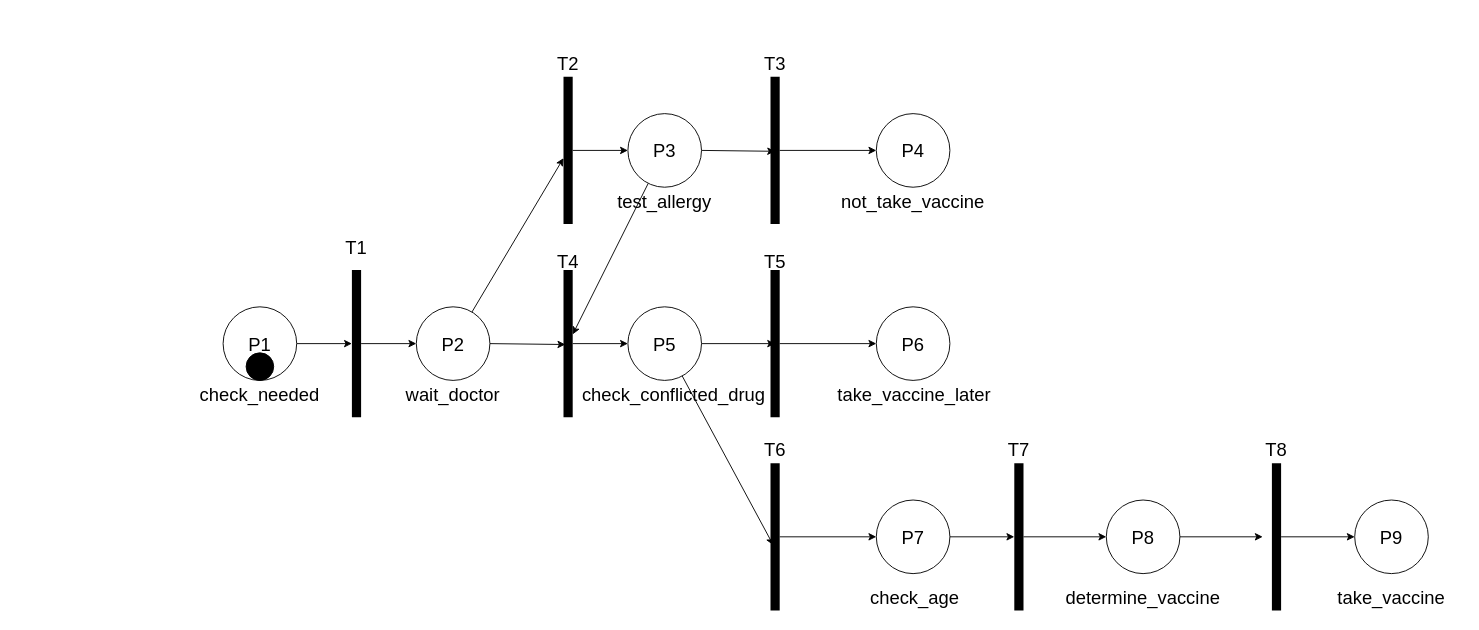
The draw.io diagram 3100asmt3Q1.2.drawio in wkng0/heyy, before the edit. Source tidied: cells renumbered, new cells numbered last; positions are measured from the earlier drawing's top-left corner, leaving out a move shared by most shapes. Both pictures are drawn from the tidied source at 92%, with x=0, y=0 at pixel (190, 49).
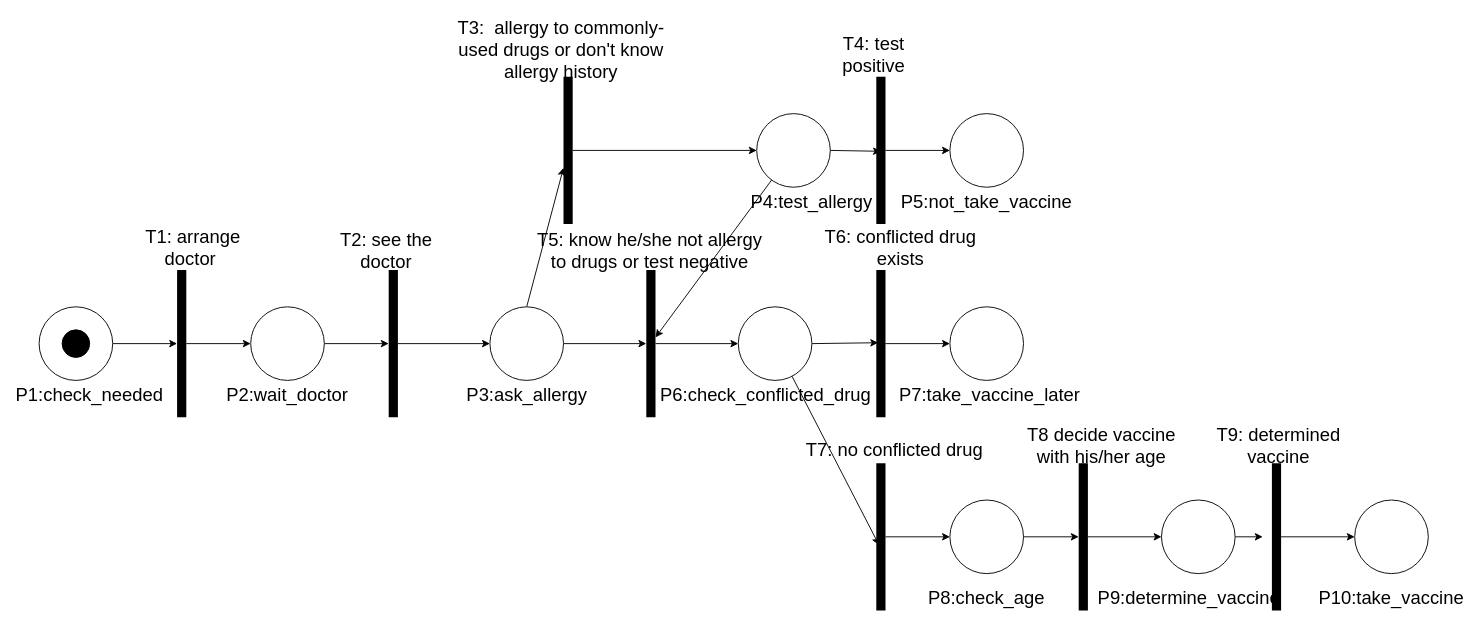
After the change.

Unchanged cells that the change refers to:
```xml
<mxCell id="13" style="line;strokeWidth=10;direction=south;html=1;fontSize=20;" parent="1" vertex="1">
  <mxGeometry x="405" y="30" width="10" height="160" as="geometry" />
</mxCell>
```

What changed in the source:
```diff
@@
-    <mxCell id="3" value="&lt;font style=&quot;font-size: 20px&quot;&gt;P1&lt;/font&gt;" style="ellipse;whiteSpace=wrap;html=1;" parent="1" vertex="1">
-      <mxGeometry x="35" y="280" width="80" height="80" as="geometry" />
+    <mxCell id="3" style="ellipse;whiteSpace=wrap;html=1;" parent="1" vertex="1">
+      <mxGeometry x="-165" y="280" width="80" height="80" as="geometry" />
     </mxCell>
-    <mxCell id="4" value="check_needed" style="text;html=1;strokeColor=none;fillColor=none;align=center;verticalAlign=middle;whiteSpace=wrap;rounded=0;fontSize=20;" parent="1" vertex="1">
-      <mxGeometry y="360" width="150" height="30" as="geometry" />
+    <mxCell id="4" value="P1:check_needed" style="text;html=1;strokeColor=none;fillColor=none;align=center;verticalAlign=middle;whiteSpace=wrap;rounded=0;fontSize=20;" parent="1" vertex="1">
+      <mxGeometry x="-185" y="360" width="150" height="30" as="geometry" />
     </mxCell>
@@
     <mxCell id="6" style="line;strokeWidth=10;direction=south;html=1;fontSize=20;" parent="1" vertex="1">
-      <mxGeometry x="175" y="240" width="10" height="160" as="geometry" />
+      <mxGeometry x="-15" y="240" width="10" height="160" as="geometry" />
     </mxCell>
-    <mxCell id="7" value="T1" style="text;html=1;strokeColor=none;fillColor=none;align=center;verticalAlign=middle;whiteSpace=wrap;rounded=0;fontSize=20;" parent="1" vertex="1">
-      <mxGeometry x="150" y="200" width="60" height="30" as="geometry" />
+    <mxCell id="7" value="T1: arrange doctor&amp;nbsp;" style="text;html=1;strokeColor=none;fillColor=none;align=center;verticalAlign=middle;whiteSpace=wrap;rounded=0;fontSize=20;" parent="1" vertex="1">
+      <mxGeometry x="-55" y="200" width="115" height="30" as="geometry" />
     </mxCell>
-    <mxCell id="8" style="rounded=0;jettySize=auto;html=1;fontSize=20;" parent="1" edge="1" source="10" target="13">
-      <mxGeometry relative="1" as="geometry" />
-    </mxCell>
-    <mxCell id="9" style="edgeStyle=none;rounded=0;jettySize=auto;html=1;fontSize=20;entryX=0.506;entryY=0.8;entryDx=0;entryDy=0;entryPerimeter=0;" parent="1" edge="1" source="10" target="25">
-      <mxGeometry relative="1" as="geometry" />
-    </mxCell>
+    <mxCell id="54" style="edgeStyle=none;rounded=0;jettySize=auto;html=1;fontSize=20;" parent="1" edge="1" source="10" target="61">
+      <mxGeometry relative="1" as="geometry" />
+    </mxCell>
-    <mxCell id="10" value="P2" style="ellipse;whiteSpace=wrap;html=1;fontSize=20;strokeWidth=1;" parent="1" vertex="1">
-      <mxGeometry x="245" y="280" width="80" height="80" as="geometry" />
+    <mxCell id="10" style="ellipse;whiteSpace=wrap;html=1;fontSize=20;strokeWidth=1;" parent="1" vertex="1">
+      <mxGeometry x="65" y="280" width="80" height="80" as="geometry" />
     </mxCell>
-    <mxCell id="11" value="wait_doctor" style="text;html=1;strokeColor=none;fillColor=none;align=center;verticalAlign=middle;whiteSpace=wrap;rounded=0;fontSize=20;" parent="1" vertex="1">
-      <mxGeometry x="225" y="360" width="120" height="30" as="geometry" />
+    <mxCell id="11" value="P2:wait_doctor" style="text;html=1;strokeColor=none;fillColor=none;align=center;verticalAlign=middle;whiteSpace=wrap;rounded=0;fontSize=20;" parent="1" vertex="1">
+      <mxGeometry x="45" y="360" width="120" height="30" as="geometry" />
     </mxCell>
@@
-    <mxCell id="14" value="T2" style="text;html=1;strokeColor=none;fillColor=none;align=center;verticalAlign=middle;whiteSpace=wrap;rounded=0;fontSize=20;" parent="1" vertex="1">
-      <mxGeometry x="380" width="60" height="30" as="geometry" />
+    <mxCell id="14" value="T3: &amp;nbsp;allergy to commonly-used drugs or don't know allergy history" style="text;html=1;strokeColor=none;fillColor=none;align=center;verticalAlign=middle;whiteSpace=wrap;rounded=0;fontSize=20;" parent="1" vertex="1">
+      <mxGeometry x="280" y="-20" width="245" height="40" as="geometry" />
     </mxCell>
@@
-    <mxCell id="17" value="P3" style="ellipse;whiteSpace=wrap;html=1;fontSize=20;strokeWidth=1;" parent="1" vertex="1">
-      <mxGeometry x="475" y="70" width="80" height="80" as="geometry" />
+    <mxCell id="17" style="ellipse;whiteSpace=wrap;html=1;fontSize=20;strokeWidth=1;" parent="1" vertex="1">
+      <mxGeometry x="615" y="70" width="80" height="80" as="geometry" />
     </mxCell>
-    <mxCell id="18" value="test_allergy" style="text;html=1;strokeColor=none;fillColor=none;align=center;verticalAlign=middle;whiteSpace=wrap;rounded=0;fontSize=20;" parent="1" vertex="1">
-      <mxGeometry x="455" y="150" width="120" height="30" as="geometry" />
+    <mxCell id="18" value="P4:test_allergy" style="text;html=1;strokeColor=none;fillColor=none;align=center;verticalAlign=middle;whiteSpace=wrap;rounded=0;fontSize=20;" parent="1" vertex="1">
+      <mxGeometry x="615" y="150" width="120" height="30" as="geometry" />
     </mxCell>
@@
     <mxCell id="20" style="line;strokeWidth=10;direction=south;html=1;fontSize=20;" parent="1" vertex="1">
-      <mxGeometry x="630" y="30" width="10" height="160" as="geometry" />
+      <mxGeometry x="745" y="30" width="10" height="160" as="geometry" />
     </mxCell>
-    <mxCell id="21" value="P4" style="ellipse;whiteSpace=wrap;html=1;fontSize=20;strokeWidth=1;" parent="1" vertex="1">
-      <mxGeometry x="745" y="70" width="80" height="80" as="geometry" />
+    <mxCell id="21" style="ellipse;whiteSpace=wrap;html=1;fontSize=20;strokeWidth=1;" parent="1" vertex="1">
+      <mxGeometry x="825" y="70" width="80" height="80" as="geometry" />
     </mxCell>
-    <mxCell id="22" value="not_take_vaccine" style="text;html=1;strokeColor=none;fillColor=none;align=center;verticalAlign=middle;whiteSpace=wrap;rounded=0;fontSize=20;" parent="1" vertex="1">
-      <mxGeometry x="700" y="150" width="170" height="30" as="geometry" />
+    <mxCell id="22" value="P5:not_take_vaccine" style="text;html=1;strokeColor=none;fillColor=none;align=center;verticalAlign=middle;whiteSpace=wrap;rounded=0;fontSize=20;" parent="1" vertex="1">
+      <mxGeometry x="780" y="150" width="170" height="30" as="geometry" />
     </mxCell>
-    <mxCell id="23" value="T3" style="text;html=1;strokeColor=none;fillColor=none;align=center;verticalAlign=middle;whiteSpace=wrap;rounded=0;fontSize=20;" parent="1" vertex="1">
-      <mxGeometry x="605" width="60" height="30" as="geometry" />
+    <mxCell id="23" value="T4: test positive" style="text;html=1;strokeColor=none;fillColor=none;align=center;verticalAlign=middle;whiteSpace=wrap;rounded=0;fontSize=20;" parent="1" vertex="1">
+      <mxGeometry x="685" y="-10" width="115" height="30" as="geometry" />
     </mxCell>
@@
     <mxCell id="25" style="line;strokeWidth=10;direction=south;html=1;fontSize=20;" parent="1" vertex="1">
-      <mxGeometry x="405" y="240" width="10" height="160" as="geometry" />
+      <mxGeometry x="495" y="240" width="10" height="160" as="geometry" />
     </mxCell>
-    <mxCell id="26" value="T4" style="text;html=1;strokeColor=none;fillColor=none;align=center;verticalAlign=middle;whiteSpace=wrap;rounded=0;fontSize=20;" parent="1" vertex="1">
-      <mxGeometry x="380" y="215" width="60" height="30" as="geometry" />
+    <mxCell id="26" value="T5: know he/she not allergy to drugs or test negative" style="text;html=1;strokeColor=none;fillColor=none;align=center;verticalAlign=middle;whiteSpace=wrap;rounded=0;fontSize=20;" parent="1" vertex="1">
+      <mxGeometry x="369" y="190" width="260" height="55" as="geometry" />
     </mxCell>
-    <mxCell id="27" style="edgeStyle=none;rounded=0;jettySize=auto;html=1;fontSize=20;" parent="1" edge="1" source="29">
-      <mxGeometry relative="1" as="geometry">
-        <mxPoint x="635" y="320" as="targetPoint" />
-      </mxGeometry>
+    <mxCell id="27" style="edgeStyle=none;rounded=0;jettySize=auto;html=1;fontSize=20;entryX=0.494;entryY=0.8;entryDx=0;entryDy=0;entryPerimeter=0;" parent="1" edge="1" source="29" target="32">
+      <mxGeometry relative="1" as="geometry" />
     </mxCell>
@@
-    <mxCell id="29" value="P5" style="ellipse;whiteSpace=wrap;html=1;fontSize=20;strokeWidth=1;" parent="1" vertex="1">
-      <mxGeometry x="475" y="280" width="80" height="80" as="geometry" />
+    <mxCell id="29" style="ellipse;whiteSpace=wrap;html=1;fontSize=20;strokeWidth=1;" parent="1" vertex="1">
+      <mxGeometry x="595" y="280" width="80" height="80" as="geometry" />
     </mxCell>
-    <mxCell id="30" value="check_conflicted_drug" style="text;html=1;strokeColor=none;fillColor=none;align=center;verticalAlign=middle;whiteSpace=wrap;rounded=0;fontSize=20;" parent="1" vertex="1">
-      <mxGeometry x="425" y="360" width="200" height="30" as="geometry" />
+    <mxCell id="30" value="P6:check_conflicted_drug" style="text;html=1;strokeColor=none;fillColor=none;align=center;verticalAlign=middle;whiteSpace=wrap;rounded=0;fontSize=20;" parent="1" vertex="1">
+      <mxGeometry x="525" y="360" width="200" height="30" as="geometry" />
     </mxCell>
@@
     <mxCell id="32" style="line;strokeWidth=10;direction=south;html=1;fontSize=20;" parent="1" vertex="1">
-      <mxGeometry x="630" y="240" width="10" height="160" as="geometry" />
+      <mxGeometry x="745" y="240" width="10" height="160" as="geometry" />
     </mxCell>
-    <mxCell id="33" value="T5" style="text;html=1;strokeColor=none;fillColor=none;align=center;verticalAlign=middle;whiteSpace=wrap;rounded=0;fontSize=20;" parent="1" vertex="1">
-      <mxGeometry x="605" y="215" width="60" height="30" as="geometry" />
+    <mxCell id="33" value="T6: conflicted drug exists" style="text;html=1;strokeColor=none;fillColor=none;align=center;verticalAlign=middle;whiteSpace=wrap;rounded=0;fontSize=20;" parent="1" vertex="1">
+      <mxGeometry x="685" y="200" width="172.5" height="30" as="geometry" />
     </mxCell>
-    <mxCell id="34" value="P6" style="ellipse;whiteSpace=wrap;html=1;fontSize=20;strokeWidth=1;" parent="1" vertex="1">
-      <mxGeometry x="745" y="280" width="80" height="80" as="geometry" />
+    <mxCell id="34" style="ellipse;whiteSpace=wrap;html=1;fontSize=20;strokeWidth=1;" parent="1" vertex="1">
+      <mxGeometry x="825" y="280" width="80" height="80" as="geometry" />
     </mxCell>
-    <mxCell id="35" value="take_vaccine_later" style="text;html=1;strokeColor=none;fillColor=none;align=center;verticalAlign=middle;whiteSpace=wrap;rounded=0;fontSize=20;" parent="1" vertex="1">
-      <mxGeometry x="700" y="360" width="173" height="30" as="geometry" />
+    <mxCell id="35" value="P7:take_vaccine_later" style="text;html=1;strokeColor=none;fillColor=none;align=center;verticalAlign=middle;whiteSpace=wrap;rounded=0;fontSize=20;" parent="1" vertex="1">
+      <mxGeometry x="782" y="360" width="173" height="30" as="geometry" />
     </mxCell>
@@
     <mxCell id="37" style="line;strokeWidth=10;direction=south;html=1;fontSize=20;" parent="1" vertex="1">
-      <mxGeometry x="630" y="450" width="10" height="160" as="geometry" />
+      <mxGeometry x="745" y="450" width="10" height="160" as="geometry" />
     </mxCell>
-    <mxCell id="38" value="T6" style="text;html=1;strokeColor=none;fillColor=none;align=center;verticalAlign=middle;whiteSpace=wrap;rounded=0;fontSize=20;" parent="1" vertex="1">
-      <mxGeometry x="605" y="420" width="60" height="30" as="geometry" />
+    <mxCell id="38" value="T7: no conflicted drug" style="text;html=1;strokeColor=none;fillColor=none;align=center;verticalAlign=middle;whiteSpace=wrap;rounded=0;fontSize=20;" parent="1" vertex="1">
+      <mxGeometry x="660" y="420" width="210" height="30" as="geometry" />
     </mxCell>
@@
-    <mxCell id="40" value="P7" style="ellipse;whiteSpace=wrap;html=1;fontSize=20;strokeWidth=1;" parent="1" vertex="1">
-      <mxGeometry x="745" y="490" width="80" height="80" as="geometry" />
+    <mxCell id="40" style="ellipse;whiteSpace=wrap;html=1;fontSize=20;strokeWidth=1;" parent="1" vertex="1">
+      <mxGeometry x="825" y="490" width="80" height="80" as="geometry" />
     </mxCell>
-    <mxCell id="41" value="check_age" style="text;html=1;strokeColor=none;fillColor=none;align=center;verticalAlign=middle;whiteSpace=wrap;rounded=0;fontSize=20;" parent="1" vertex="1">
-      <mxGeometry x="736.5" y="580" width="100" height="30" as="geometry" />
+    <mxCell id="41" value="P8:check_age" style="text;html=1;strokeColor=none;fillColor=none;align=center;verticalAlign=middle;whiteSpace=wrap;rounded=0;fontSize=20;" parent="1" vertex="1">
+      <mxGeometry x="815" y="580" width="100" height="30" as="geometry" />
     </mxCell>
@@
     <mxCell id="43" style="line;strokeWidth=10;direction=south;html=1;fontSize=20;" parent="1" vertex="1">
-      <mxGeometry x="895" y="450" width="10" height="160" as="geometry" />
+      <mxGeometry x="965" y="450" width="10" height="160" as="geometry" />
     </mxCell>
-    <mxCell id="44" value="T7" style="text;html=1;strokeColor=none;fillColor=none;align=center;verticalAlign=middle;whiteSpace=wrap;rounded=0;fontSize=20;" parent="1" vertex="1">
-      <mxGeometry x="870" y="420" width="60" height="30" as="geometry" />
+    <mxCell id="44" value="T8 decide vaccine with his/her age" style="text;html=1;strokeColor=none;fillColor=none;align=center;verticalAlign=middle;whiteSpace=wrap;rounded=0;fontSize=20;" parent="1" vertex="1">
+      <mxGeometry x="905" y="420" width="170" height="20" as="geometry" />
     </mxCell>
@@
-    <mxCell id="46" value="P8" style="ellipse;whiteSpace=wrap;html=1;fontSize=20;strokeWidth=1;" parent="1" vertex="1">
-      <mxGeometry x="995" y="490" width="80" height="80" as="geometry" />
+    <mxCell id="46" style="ellipse;whiteSpace=wrap;html=1;fontSize=20;strokeWidth=1;" parent="1" vertex="1">
+      <mxGeometry x="1055" y="490" width="80" height="80" as="geometry" />
     </mxCell>
-    <mxCell id="47" value="determine_vaccine" style="text;html=1;strokeColor=none;fillColor=none;align=center;verticalAlign=middle;whiteSpace=wrap;rounded=0;fontSize=20;" parent="1" vertex="1">
-      <mxGeometry x="945" y="580" width="180" height="30" as="geometry" />
+    <mxCell id="47" value="P9:determine_vaccine" style="text;html=1;strokeColor=none;fillColor=none;align=center;verticalAlign=middle;whiteSpace=wrap;rounded=0;fontSize=20;" parent="1" vertex="1">
+      <mxGeometry x="995" y="580" width="180" height="30" as="geometry" />
     </mxCell>
@@
-    <mxCell id="50" value="T8" style="text;html=1;strokeColor=none;fillColor=none;align=center;verticalAlign=middle;whiteSpace=wrap;rounded=0;fontSize=20;" parent="1" vertex="1">
-      <mxGeometry x="1150" y="420" width="60" height="30" as="geometry" />
+    <mxCell id="50" value="T9: determined vaccine" style="text;html=1;strokeColor=none;fillColor=none;align=center;verticalAlign=middle;whiteSpace=wrap;rounded=0;fontSize=20;" parent="1" vertex="1">
+      <mxGeometry x="1100" y="415" width="165" height="30" as="geometry" />
     </mxCell>
-    <mxCell id="51" value="P9" style="ellipse;whiteSpace=wrap;html=1;fontSize=20;strokeWidth=1;" parent="1" vertex="1">
+    <mxCell id="51" style="ellipse;whiteSpace=wrap;html=1;fontSize=20;strokeWidth=1;" parent="1" vertex="1">
       <mxGeometry x="1265" y="490" width="80" height="80" as="geometry" />
     </mxCell>
-    <mxCell id="52" value="take_vaccine" style="text;html=1;strokeColor=none;fillColor=none;align=center;verticalAlign=middle;whiteSpace=wrap;rounded=0;fontSize=20;" parent="1" vertex="1">
+    <mxCell id="52" value="P10:take_vaccine" style="text;html=1;strokeColor=none;fillColor=none;align=center;verticalAlign=middle;whiteSpace=wrap;rounded=0;fontSize=20;" parent="1" vertex="1">
       <mxGeometry x="1245" y="580" width="120" height="30" as="geometry" />
     </mxCell>
     <mxCell id="53" style="ellipse;whiteSpace=wrap;html=1;fontSize=20;strokeWidth=1;fillColor=#000000;" parent="1" vertex="1">
-      <mxGeometry x="60" y="330" width="30" height="30" as="geometry" />
+      <mxGeometry x="-140" y="305" width="30" height="30" as="geometry" />
     </mxCell>
+    <mxCell id="55" style="edgeStyle=none;rounded=0;jettySize=auto;html=1;exitX=0.5;exitY=0;exitDx=0;exitDy=0;fontSize=20;" parent="1" edge="1" source="57" target="13">
+      <mxGeometry relative="1" as="geometry" />
+    </mxCell>
+    <mxCell id="56" style="edgeStyle=none;rounded=0;jettySize=auto;html=1;fontSize=20;" parent="1" edge="1" source="57" target="25">
+      <mxGeometry relative="1" as="geometry" />
+    </mxCell>
+    <mxCell id="57" style="ellipse;whiteSpace=wrap;html=1;fontSize=20;strokeWidth=1;fillColor=#FFFFFF;" parent="1" vertex="1">
+      <mxGeometry x="325" y="280" width="80" height="80" as="geometry" />
+    </mxCell>
+    <mxCell id="58" value="P3:ask_allergy" style="text;html=1;strokeColor=none;fillColor=none;align=center;verticalAlign=middle;whiteSpace=wrap;rounded=0;fontSize=20;" parent="1" vertex="1">
+      <mxGeometry x="297.5" y="360" width="135" height="30" as="geometry" />
+    </mxCell>
+    <mxCell id="59" style="edgeStyle=none;rounded=0;orthogonalLoop=1;jettySize=auto;html=1;exitX=0.5;exitY=1;exitDx=0;exitDy=0;fontSize=20;" parent="1" edge="1" source="44" target="44">
+      <mxGeometry relative="1" as="geometry" />
+    </mxCell>
+    <mxCell id="60" style="edgeStyle=none;rounded=0;jettySize=auto;html=1;entryX=0;entryY=0.5;entryDx=0;entryDy=0;fontSize=20;" parent="1" edge="1" source="61" target="57">
+      <mxGeometry relative="1" as="geometry" />
+    </mxCell>
+    <mxCell id="61" style="line;strokeWidth=10;direction=south;html=1;fontSize=20;" parent="1" vertex="1">
+      <mxGeometry x="215" y="240" width="10" height="160" as="geometry" />
+    </mxCell>
+    <mxCell id="62" value="T2: see the doctor" style="text;html=1;strokeColor=none;fillColor=none;align=center;verticalAlign=middle;whiteSpace=wrap;rounded=0;fontSize=20;" parent="1" vertex="1">
+      <mxGeometry x="155" y="202.5" width="115" height="30" as="geometry" />
+    </mxCell>
```
